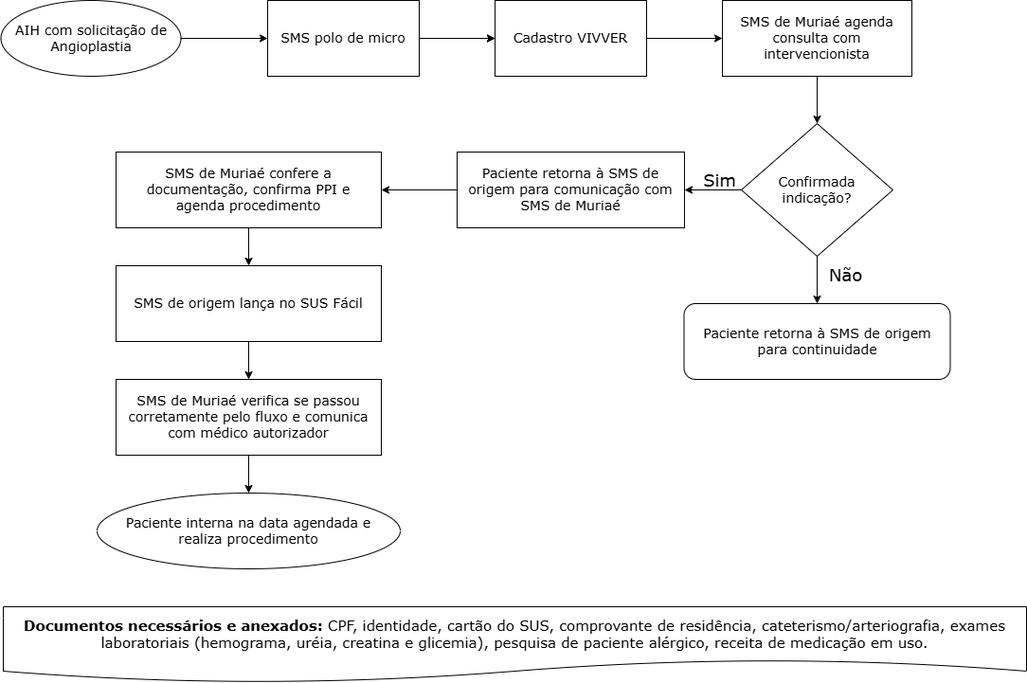
This is public/img/fluxos-assistenciais/cardiologia/angioplastia/fluxo.png from inovacao-saude-muriae/site-saude, a draw.io export, as it was before one commit. Source tidied: cells renumbered, new cells last; positions are measured from the earlier drawing's top-left corner, leaving out a move shared by most shapes.
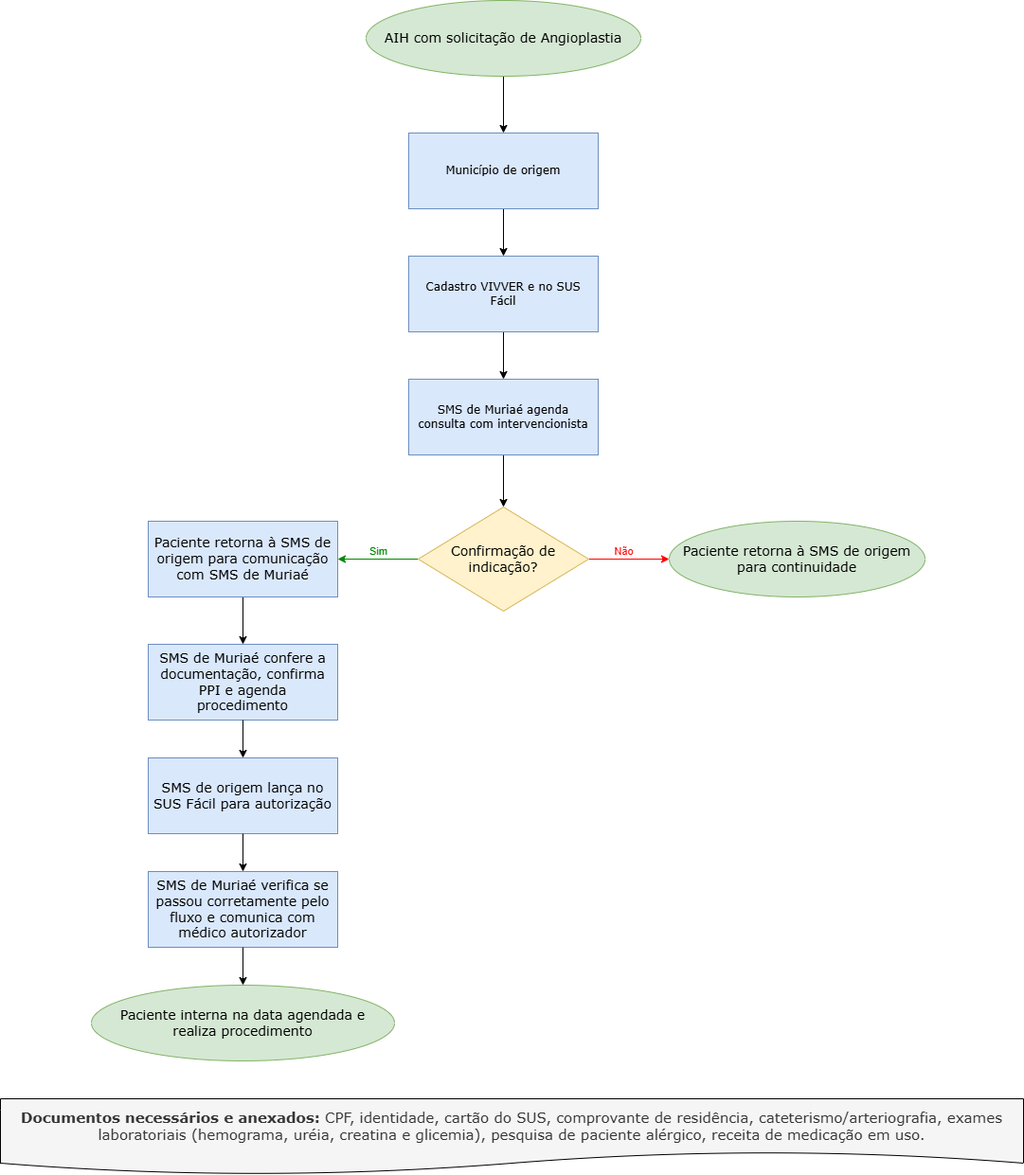
Above is the later version.

The edit, as a diff of the source:
```diff
@@ -2,61 +2,57 @@
   <root>
     <mxCell id="0" />
     <mxCell id="1" parent="0" />
-    <mxCell id="2" value="Sim" style="text;html=1;align=center;verticalAlign=middle;strokeColor=none;fillColor=none;fontFamily=Verdana;fontSize=18;fontColor=default;" parent="1" vertex="1">
-      <mxGeometry x="729" y="170" width="60" height="40" as="geometry" />
-    </mxCell>
-    <mxCell id="3" value="Não" style="text;html=1;align=center;verticalAlign=middle;strokeColor=none;fillColor=none;fontFamily=Verdana;fontSize=18;fontColor=default;" parent="1" vertex="1">
-      <mxGeometry x="862" y="270" width="60" height="40" as="geometry" />
-    </mxCell>
     <mxCell id="4" style="edgeStyle=orthogonalEdgeStyle;rounded=0;jettySize=auto;html=1;fontFamily=Helvetica;fontSize=12;fontColor=default;" parent="1" edge="1" source="5" target="6">
       <mxGeometry relative="1" as="geometry" />
     </mxCell>
-    <mxCell id="5" value="&lt;font style=&quot;font-size: 14px;&quot;&gt;SMS polo de micro&lt;/font&gt;" style="rounded=0;whiteSpace=wrap;html=1;fillColor=light-dark(#FFFFFF,#053C8C);strokeColor=default;fontSize=13;spacingLeft=5;spacingRight=5;fontFamily=Verdana;" parent="1" vertex="1">
-      <mxGeometry x="282" width="160" height="80" as="geometry" />
+    <mxCell id="5" value="&lt;font&gt;Município de origem&lt;/font&gt;" style="rounded=0;whiteSpace=wrap;html=1;fillColor=#dae8fc;strokeColor=#6c8ebf;fontSize=12;spacingLeft=5;spacingRight=5;fontFamily=Verdana;" parent="1" vertex="1">
+      <mxGeometry x="690" y="-980" width="200" height="80" as="geometry" />
     </mxCell>
+    <mxCell id="10" style="edgeStyle=orthogonalEdgeStyle;rounded=0;jettySize=auto;html=1;exitX=0.5;exitY=1;exitDx=0;exitDy=0;entryX=0.5;entryY=0;entryDx=0;entryDy=0;" parent="1" edge="1" source="6" target="7">
+      <mxGeometry relative="1" as="geometry" />
+    </mxCell>
-    <mxCell id="6" value="&lt;font style=&quot;font-size: 14px;&quot;&gt;Cadastro VIVVER&lt;/font&gt;" style="rounded=0;whiteSpace=wrap;html=1;fillColor=light-dark(#FFFFFF,#053C8C);strokeColor=default;fontSize=13;spacingLeft=5;spacingRight=5;fontFamily=Verdana;" parent="1" vertex="1">
-      <mxGeometry x="522" width="160" height="80" as="geometry" />
+    <mxCell id="6" value="&lt;font&gt;Cadastro VIVVER e no SUS Fácil&lt;/font&gt;" style="rounded=0;whiteSpace=wrap;html=1;fillColor=#dae8fc;strokeColor=#6c8ebf;fontSize=12;spacingLeft=5;spacingRight=5;fontFamily=Verdana;" parent="1" vertex="1">
+      <mxGeometry x="690" y="-850" width="200" height="80" as="geometry" />
     </mxCell>
+    <mxCell id="13" style="edgeStyle=orthogonalEdgeStyle;rounded=0;jettySize=auto;html=1;exitX=0.5;exitY=1;exitDx=0;exitDy=0;entryX=0.5;entryY=0;entryDx=0;entryDy=0;" parent="1" edge="1" source="7" target="12">
+      <mxGeometry relative="1" as="geometry" />
+    </mxCell>
-    <mxCell id="7" value="&lt;font style=&quot;font-size: 14px;&quot;&gt;SMS de Muriaé agenda consulta com intervencionista&lt;/font&gt;" style="rounded=0;whiteSpace=wrap;html=1;fillColor=light-dark(#FFFFFF,#053C8C);strokeColor=default;fontSize=13;spacingLeft=5;spacingRight=5;fontFamily=Verdana;" parent="1" vertex="1">
-      <mxGeometry x="762" width="200" height="80" as="geometry" />
+    <mxCell id="7" value="&lt;font&gt;SMS de Muriaé agenda consulta com intervencionista&lt;/font&gt;" style="rounded=0;whiteSpace=wrap;html=1;fillColor=#dae8fc;strokeColor=#6c8ebf;fontSize=12;spacingLeft=5;spacingRight=5;fontFamily=Verdana;" parent="1" vertex="1">
+      <mxGeometry x="690" y="-720" width="200" height="80" as="geometry" />
     </mxCell>
-    <mxCell id="8" style="endArrow=classic;html=1;rounded=0;fontFamily=Helvetica;fontSize=12;fontColor=default;entryX=0;entryY=0.5;entryDx=0;entryDy=0;strokeColor=light-dark(#000000,#000000);exitX=1;exitY=0.5;exitDx=0;exitDy=0;" parent="1" edge="1" source="25" target="5">
-      <mxGeometry relative="1" as="geometry" />
-    </mxCell>
-    <mxCell id="9" style="endArrow=classic;html=1;rounded=0;fontFamily=Helvetica;fontSize=12;fontColor=default;entryX=0;entryY=0.5;entryDx=0;entryDy=0;strokeColor=light-dark(#000000,#000000);" parent="1" edge="1" target="6">
-      <mxGeometry relative="1" as="geometry">
-        <mxPoint x="460.5" y="40" as="sourcePoint" />
-      </mxGeometry>
-    </mxCell>
-    <mxCell id="10" style="endArrow=classic;html=1;rounded=0;fontFamily=Helvetica;fontSize=12;fontColor=default;entryX=0;entryY=0.5;entryDx=0;entryDy=0;strokeColor=light-dark(#000000,#000000);exitX=1;exitY=0.5;exitDx=0;exitDy=0;" parent="1" edge="1" source="6" target="7">
-      <mxGeometry relative="1" as="geometry" />
-    </mxCell>
+    <mxCell id="14" style="edgeStyle=orthogonalEdgeStyle;rounded=0;jettySize=auto;html=1;exitX=1;exitY=0.5;exitDx=0;exitDy=0;entryX=0;entryY=0.5;entryDx=0;entryDy=0;strokeColor=#FF0000;" parent="1" edge="1" source="12" target="23">
+      <mxGeometry relative="1" as="geometry" />
+    </mxCell>
+    <mxCell id="3" value="&lt;font style=&quot;color: rgb(255, 0, 0);&quot;&gt;Não&lt;/font&gt;" style="edgeLabel;html=1;align=center;verticalAlign=middle;labelBackgroundColor=none;" parent="14" vertex="1">
+      <mxGeometry x="-0.3" y="-1" relative="1" as="geometry">
+        <mxPoint x="5" y="-11" as="offset" />
+      </mxGeometry>
+    </mxCell>
-    <mxCell id="11" style="edgeStyle=orthogonalEdgeStyle;rounded=0;jettySize=auto;html=1;exitX=0;exitY=0.5;exitDx=0;exitDy=0;entryX=1;entryY=0.5;entryDx=0;entryDy=0;" parent="1" edge="1" source="12" target="15">
+    <mxCell id="11" style="edgeStyle=orthogonalEdgeStyle;rounded=0;jettySize=auto;html=1;exitX=0;exitY=0.5;exitDx=0;exitDy=0;strokeColor=#008800;" parent="1" edge="1" source="12" target="15">
       <mxGeometry relative="1" as="geometry" />
     </mxCell>
+    <mxCell id="2" value="&lt;font style=&quot;color: rgb(0, 136, 0);&quot;&gt;Sim&lt;/font&gt;" style="edgeLabel;html=1;align=center;verticalAlign=middle;labelBackgroundColor=none;" parent="11" vertex="1">
+      <mxGeometry x="0.01" relative="1" as="geometry">
+        <mxPoint y="-10" as="offset" />
+      </mxGeometry>
+    </mxCell>
-    <mxCell id="12" value="&lt;font style=&quot;font-size: 14px;&quot;&gt;Confirmada indicação?&lt;/font&gt;" style="rhombus;whiteSpace=wrap;html=1;rounded=0;fillStyle=solid;strokeColor=light-dark(#000000,#FFFFFF);align=center;verticalAlign=middle;fontFamily=Verdana;fontSize=13;fontColor=default;fillColor=default;spacingLeft=5;spacingRight=5;" parent="1" vertex="1">
-      <mxGeometry x="782" y="130" width="160" height="140" as="geometry" />
+    <mxCell id="12" value="&lt;span style=&quot;font-size: 14px;&quot;&gt;Confirmação de&lt;/span&gt;&lt;div&gt;&lt;span style=&quot;font-size: 14px;&quot;&gt;indicação?&lt;/span&gt;&lt;/div&gt;" style="rhombus;whiteSpace=wrap;html=1;rounded=0;fillStyle=solid;strokeColor=#d6b656;align=center;verticalAlign=middle;fontFamily=Verdana;fontSize=13;fillColor=#fff2cc;spacingLeft=5;spacingRight=5;" parent="1" vertex="1">
+      <mxGeometry x="700" y="-585" width="180" height="110" as="geometry" />
     </mxCell>
-    <mxCell id="13" style="endArrow=classic;html=1;rounded=0;fontFamily=Helvetica;fontSize=12;fontColor=default;entryX=0.5;entryY=0;entryDx=0;entryDy=0;strokeColor=light-dark(#000000,#000000);exitX=0.5;exitY=1;exitDx=0;exitDy=0;" parent="1" edge="1" source="7" target="12">
-      <mxGeometry relative="1" as="geometry" />
-    </mxCell>
-    <mxCell id="14" style="endArrow=classic;html=1;rounded=0;fontFamily=Helvetica;fontSize=12;fontColor=default;exitX=0.5;exitY=1;exitDx=0;exitDy=0;strokeColor=light-dark(#000000,#000000);entryX=0.5;entryY=0;entryDx=0;entryDy=0;" parent="1" edge="1" source="12" target="23">
-      <mxGeometry relative="1" as="geometry" />
-    </mxCell>
+    <mxCell id="16" style="edgeStyle=orthogonalEdgeStyle;rounded=0;jettySize=auto;html=1;exitX=0.5;exitY=1;exitDx=0;exitDy=0;entryX=0.5;entryY=0;entryDx=0;entryDy=0;" parent="1" edge="1" source="15" target="17">
+      <mxGeometry relative="1" as="geometry" />
+    </mxCell>
-    <mxCell id="15" value="&lt;font style=&quot;font-size: 14px;&quot;&gt;Paciente retorna à SMS de origem para comunicação com SMS de Muriaé&lt;/font&gt;" style="rounded=0;whiteSpace=wrap;html=1;fillColor=light-dark(#FFFFFF,#053C8C);strokeColor=default;fontSize=13;fontColor=light-dark(#000000,#000000);spacingLeft=5;spacingRight=5;fontFamily=Verdana;" parent="1" vertex="1">
-      <mxGeometry x="482" y="160" width="240" height="80" as="geometry" />
+    <mxCell id="15" value="&lt;font style=&quot;font-size: 14px;&quot;&gt;Paciente retorna à SMS de origem para comunicação com SMS de Muriaé&lt;/font&gt;" style="rounded=0;whiteSpace=wrap;html=1;fillColor=#dae8fc;strokeColor=#6c8ebf;fontSize=13;spacingLeft=5;spacingRight=5;fontFamily=Verdana;" parent="1" vertex="1">
+      <mxGeometry x="415" y="-570" width="200" height="80" as="geometry" />
     </mxCell>
-    <mxCell id="16" style="endArrow=classic;html=1;rounded=0;fontFamily=Helvetica;fontSize=12;fontColor=default;exitX=0;exitY=0.5;exitDx=0;exitDy=0;strokeColor=light-dark(#000000,#000000);" parent="1" edge="1" source="15" target="17">
-      <mxGeometry relative="1" as="geometry" />
-    </mxCell>
-    <mxCell id="17" value="SMS de Muriaé confere a documentação, confirma PPI e agenda procedimento" style="rounded=0;whiteSpace=wrap;fillColor=light-dark(#FFFFFF,#053C8C);strokeColor=default;fontSize=14;spacingLeft=5;spacingRight=5;fontFamily=Verdana;" parent="1" vertex="1">
-      <mxGeometry x="122" y="160" width="280" height="80" as="geometry" />
+    <mxCell id="17" value="SMS de Muriaé confere a documentação, confirma PPI e agenda procedimento" style="rounded=0;whiteSpace=wrap;fillColor=#dae8fc;strokeColor=#6c8ebf;fontSize=14;spacingLeft=5;spacingRight=5;fontFamily=Verdana;" parent="1" vertex="1">
+      <mxGeometry x="415" y="-440" width="200" height="80" as="geometry" />
     </mxCell>
-    <mxCell id="18" value="&lt;font style=&quot;font-size: 14px;&quot;&gt;SMS de origem lança no SUS Fácil&lt;/font&gt;" style="rounded=0;whiteSpace=wrap;html=1;fillColor=light-dark(#FFFFFF,#053C8C);strokeColor=default;fontSize=13;spacingLeft=5;spacingRight=5;fontStyle=0;fontFamily=Verdana;" parent="1" vertex="1">
-      <mxGeometry x="122" y="280" width="280" height="80" as="geometry" />
+    <mxCell id="18" value="&lt;font style=&quot;font-size: 14px;&quot;&gt;SMS de origem lança no SUS Fácil para autorização&lt;/font&gt;" style="rounded=0;whiteSpace=wrap;html=1;fillColor=#dae8fc;strokeColor=#6c8ebf;fontSize=13;spacingLeft=5;spacingRight=5;fontStyle=0;fontFamily=Verdana;" parent="1" vertex="1">
+      <mxGeometry x="415" y="-320" width="200" height="80" as="geometry" />
     </mxCell>
-    <mxCell id="19" value="&lt;font style=&quot;font-size: 14px;&quot;&gt;SMS de Muriaé verifica se passou corretamente pelo fluxo e comunica com médico autorizador&lt;/font&gt;" style="rounded=0;whiteSpace=wrap;html=1;fillColor=light-dark(#FFFFFF,#053C8C);strokeColor=default;fontSize=13;spacingLeft=5;spacingRight=5;fontFamily=Verdana;" parent="1" vertex="1">
-      <mxGeometry x="122" y="400" width="280" height="80" as="geometry" />
+    <mxCell id="19" value="&lt;font style=&quot;font-size: 14px;&quot;&gt;SMS de Muriaé verifica se passou corretamente pelo fluxo e comunica com médico autorizador&lt;/font&gt;" style="rounded=0;whiteSpace=wrap;html=1;fillColor=#dae8fc;strokeColor=#6c8ebf;fontSize=13;spacingLeft=5;spacingRight=5;fontFamily=Verdana;" parent="1" vertex="1">
+      <mxGeometry x="415" y="-200" width="200" height="80" as="geometry" />
     </mxCell>
     <mxCell id="20" style="endArrow=classic;html=1;rounded=0;fontFamily=Helvetica;fontSize=12;fontColor=default;strokeColor=light-dark(#000000,#000000);exitX=0.5;exitY=1;exitDx=0;exitDy=0;entryX=0.5;entryY=0;entryDx=0;entryDy=0;" parent="1" edge="1" source="17" target="18">
       <mxGeometry relative="1" as="geometry" />
@@ -67,17 +63,20 @@
     <mxCell id="22" style="endArrow=classic;html=1;rounded=0;fontFamily=Helvetica;fontSize=12;fontColor=default;exitX=0.5;exitY=1;exitDx=0;exitDy=0;strokeColor=light-dark(#000000,#000000);entryX=0.5;entryY=0;entryDx=0;entryDy=0;" parent="1" edge="1" source="19" target="26">
       <mxGeometry relative="1" as="geometry" />
     </mxCell>
-    <mxCell id="23" value="&lt;font style=&quot;font-size: 14px;&quot;&gt;Paciente retorna à SMS de origem para continuidade&lt;/font&gt;" style="rounded=1;whiteSpace=wrap;html=1;fillColor=light-dark(#FFFFFF,#053C8C);strokeColor=default;fontSize=13;spacingLeft=5;spacingRight=5;fontFamily=Verdana;" parent="1" vertex="1">
-      <mxGeometry x="721.5" y="320" width="281" height="80" as="geometry" />
-    </mxCell>
-    <mxCell id="24" value="&lt;b&gt;Documentos necessários e anexados:&lt;/b&gt; CPF, identidade, cartão do SUS, comprovante de residência, cateterismo/arteriografia, exames laboratoriais (hemograma, uréia, creatina e glicemia), pesquisa de paciente alérgico, receita de medicação em uso." style="shape=document;whiteSpace=wrap;html=1;boundedLbl=1;rounded=1;fillStyle=solid;strokeColor=light-dark(#000000,#000000);align=center;verticalAlign=middle;fontFamily=Verdana;fontSize=15;fontColor=default;fillColor=default;gradientColor=none;spacingTop=0;spacingLeft=5;spacingRight=5;spacing=1;" parent="1" vertex="1">
-      <mxGeometry x="3" y="640" width="1080" height="80" as="geometry" />
+    <mxCell id="24" value="&lt;b&gt;Documentos necessários e anexados:&lt;/b&gt; CPF, identidade, cartão do SUS, comprovante de residência, cateterismo/arteriografia, exames laboratoriais (hemograma, uréia, creatina e glicemia), pesquisa de paciente alérgico, receita de medicação em uso." style="shape=document;whiteSpace=wrap;html=1;boundedLbl=1;rounded=1;fillStyle=solid;strokeColor=#000000;align=center;verticalAlign=middle;fontFamily=Verdana;fontSize=15;fontColor=#333333;fillColor=#f5f5f5;spacingTop=0;spacingLeft=5;spacingRight=5;spacing=1;" parent="1" vertex="1">
+      <mxGeometry x="259" y="40" width="1080" height="80" as="geometry" />
     </mxCell>
+    <mxCell id="8" style="edgeStyle=orthogonalEdgeStyle;rounded=0;jettySize=auto;html=1;exitX=0.5;exitY=1;exitDx=0;exitDy=0;entryX=0.5;entryY=0;entryDx=0;entryDy=0;" parent="1" edge="1" source="25" target="5">
+      <mxGeometry relative="1" as="geometry" />
+    </mxCell>
-    <mxCell id="25" value="&lt;span style=&quot;font-family: Verdana;&quot;&gt;&lt;font style=&quot;font-size: 14px;&quot;&gt;AIH com solicitação de Angioplastia&lt;/font&gt;&lt;/span&gt;" style="ellipse;whiteSpace=wrap;html=1;spacingLeft=5;spacingRight=5;" parent="1" vertex="1">
-      <mxGeometry x="0.5" width="190" height="80" as="geometry" />
+    <mxCell id="25" value="&lt;span style=&quot;&quot;&gt;&lt;font style=&quot;font-size: 14px;&quot;&gt;AIH com solicitação de Angioplastia&lt;/font&gt;&lt;/span&gt;" style="ellipse;whiteSpace=wrap;html=1;spacingLeft=5;spacingRight=5;fillColor=#d5e8d4;strokeColor=#82b366;fontFamily=Verdana;" parent="1" vertex="1">
+      <mxGeometry x="645" y="-1120" width="290" height="80" as="geometry" />
     </mxCell>
-    <mxCell id="26" value="&lt;span style=&quot;font-family: Verdana;&quot;&gt;&lt;font style=&quot;font-size: 14px;&quot;&gt;Paciente interna na data agendada e realiza procedimento&lt;/font&gt;&lt;/span&gt;" style="ellipse;whiteSpace=wrap;html=1;spacingLeft=5;spacingRight=5;" parent="1" vertex="1">
-      <mxGeometry x="102" y="520" width="320" height="80" as="geometry" />
+    <mxCell id="26" value="&lt;span style=&quot;font-family: Verdana;&quot;&gt;&lt;font style=&quot;font-size: 14px;&quot;&gt;Paciente interna na data agendada e realiza procedimento&lt;/font&gt;&lt;/span&gt;" style="ellipse;whiteSpace=wrap;html=1;spacingLeft=5;spacingRight=5;fillColor=#d5e8d4;strokeColor=#82b366;" parent="1" vertex="1">
+      <mxGeometry x="355" y="-80" width="320" height="80" as="geometry" />
     </mxCell>
+    <mxCell id="23" value="&lt;span style=&quot;font-size: 14px;&quot;&gt;Paciente retorna à SMS de origem para continuidade&lt;/span&gt;" style="ellipse;whiteSpace=wrap;html=1;fillColor=#d5e8d4;strokeColor=#82b366;fontFamily=Verdana;" parent="1" vertex="1">
+      <mxGeometry x="965" y="-570" width="270" height="80" as="geometry" />
+    </mxCell>
   </root>
 </mxGraphModel>
```
